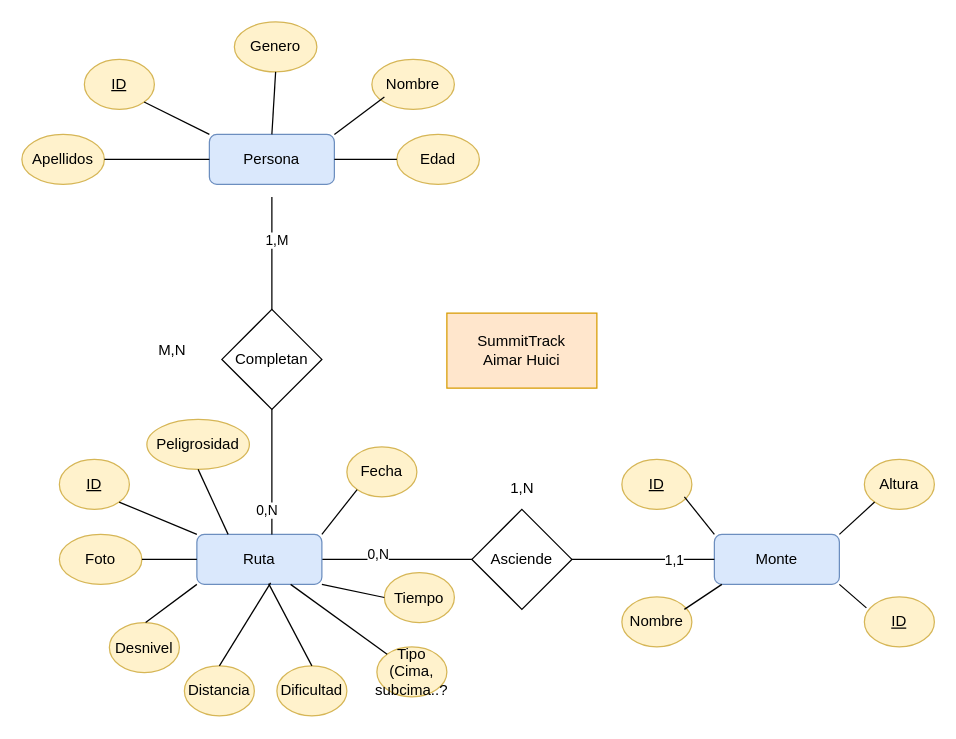
ahuici/Summitrack keeps this draw.io diagram as SummitTrack.drawio. Above is the earlier version. Source tidied: cells renumbered, new cells numbered last; positions are measured from the earlier drawing's top-left corner, leaving out a move shared by most shapes. Both pictures are drawn from the tidied source at 125%, with x=0, y=0 at pixel (21, 21).
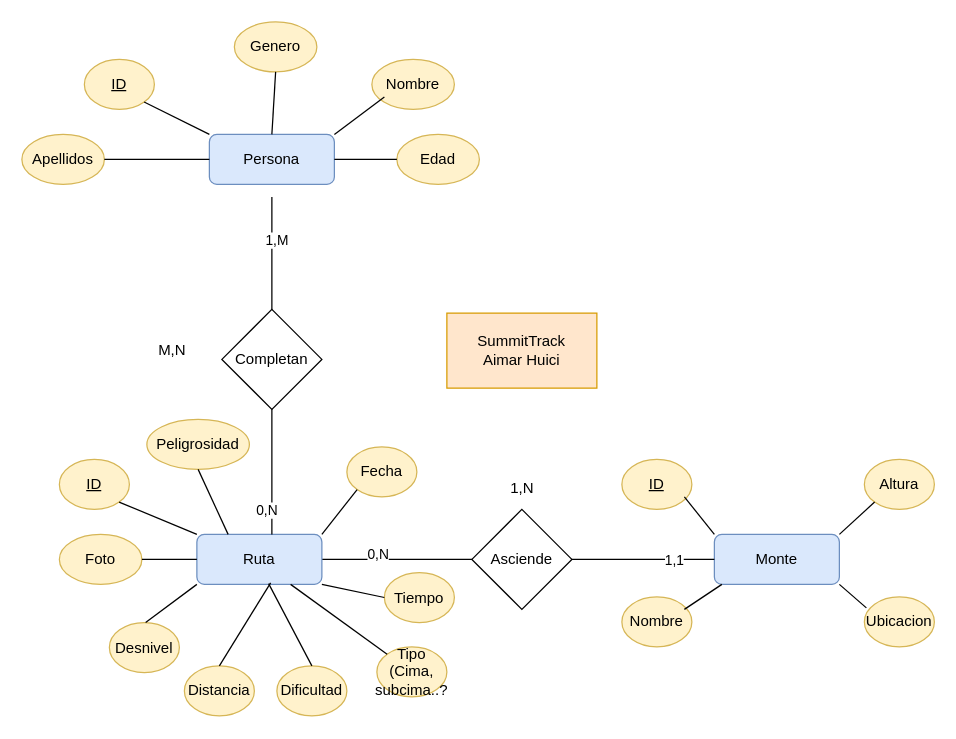
Above is the later version.

The change refers to these unchanged cells:
```xml
<mxCell id="3" value="Monte" style="rounded=1;whiteSpace=wrap;html=1;fillColor=#dae8fc;strokeColor=#6c8ebf;" parent="1" vertex="1">
  <mxGeometry x="554" y="410" width="100" height="40" as="geometry" />
</mxCell>
```

Diff of the diagram source:
```diff
@@
-    <mxCell id="8" value="&lt;u&gt;ID&lt;/u&gt;" style="ellipse;whiteSpace=wrap;html=1;fillColor=#fff2cc;strokeColor=#d6b656;" parent="1" vertex="1">
-      <mxGeometry x="674" y="460" width="56" height="40" as="geometry" />
-    </mxCell>
-    <mxCell id="9" style="endArrow=none;html=1;rounded=0;entryX=1;entryY=1;entryDx=0;entryDy=0;exitX=0.029;exitY=0.22;exitDx=0;exitDy=0;exitPerimeter=0;" parent="1" edge="1" source="8" target="3">
-      <mxGeometry relative="1" as="geometry" />
+    <mxCell id="9" style="endArrow=none;html=1;rounded=0;entryX=1;entryY=1;entryDx=0;entryDy=0;exitX=0.029;exitY=0.22;exitDx=0;exitDy=0;exitPerimeter=0;" parent="1" edge="1" target="3">
+      <mxGeometry relative="1" as="geometry">
+        <mxPoint x="675.6" y="468.8" as="sourcePoint" />
+      </mxGeometry>
     </mxCell>
@@
+    <mxCell id="52" value="Ubicacion" style="ellipse;whiteSpace=wrap;html=1;fillColor=#fff2cc;strokeColor=#d6b656;" parent="1" vertex="1">
+      <mxGeometry x="674" y="460" width="56" height="40" as="geometry" />
+    </mxCell>
```
